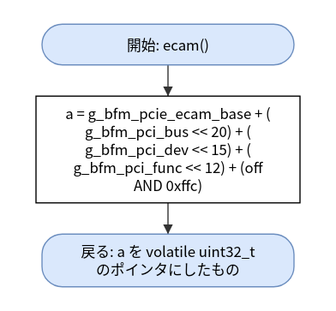
Before: doc/spec/images/flow_port_vxworks_port_vxworks-ecam.drawio.svg, a diagram exported from draw.io (hf355051012-ai/bfmem). Source tidied: cells renumbered, new cells last; positions are measured from the earlier drawing's top-left corner, leaving out a move shared by most shapes. Its diagram source:
```xml
<mxGraphModel>
  <root>
    <mxCell id="0" />
    <mxCell id="1" parent="0" />
    <mxCell id="2" value="開始: ecam()" style="rounded=1;arcSize=50;whiteSpace=wrap;html=1;fillColor=#dae8fc;strokeColor=#6c8ebf;" parent="1" vertex="1">
      <mxGeometry x="5" width="210" height="34" as="geometry" />
    </mxCell>
    <mxCell id="3" value="a = g_bfm_pcie_ecam_base + (&lt;br&gt;g_bfm_pci_bus &amp;lt;&amp;lt; 20) + (&lt;br&gt;g_bfm_pci_dev &amp;lt;&amp;lt; 15) + (&lt;br&gt;g_bfm_pci_func &amp;lt;&amp;lt; 12) + (off&lt;br&gt;AND 0xffc)" style="rounded=0;whiteSpace=wrap;html=1;" parent="1" vertex="1">
      <mxGeometry y="60" width="220" height="89" as="geometry" />
    </mxCell>
    <mxCell id="4" value="戻る: a を volatile uint32_t&lt;br&gt;のポインタにしたもの" style="rounded=1;arcSize=50;whiteSpace=wrap;html=1;fillColor=#dae8fc;strokeColor=#6c8ebf;" parent="1" vertex="1">
      <mxGeometry x="5" y="175" width="210" height="44" as="geometry" />
    </mxCell>
    <mxCell id="5" style="edgeStyle=none;html=1;rounded=0;endArrow=block;endFill=1;exitX=0.5000;exitY=1.0000;exitDx=0;exitDy=0;exitPerimeter=0;entryX=0.5000;entryY=0.0000;entryDx=0;entryDy=0;entryPerimeter=0;" parent="1" edge="1" source="2" target="3">
      <mxGeometry relative="1" as="geometry" />
    </mxCell>
    <mxCell id="6" style="edgeStyle=none;html=1;rounded=0;endArrow=block;endFill=1;exitX=0.5000;exitY=1.0000;exitDx=0;exitDy=0;exitPerimeter=0;entryX=0.5000;entryY=0.0000;entryDx=0;entryDy=0;entryPerimeter=0;" parent="1" edge="1" source="3" target="4">
      <mxGeometry relative="1" as="geometry" />
    </mxCell>
  </root>
</mxGraphModel>
```
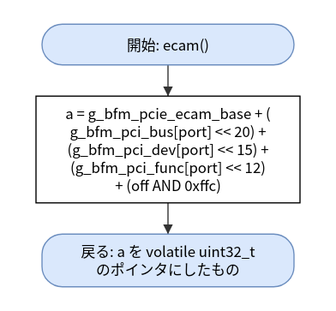
Later version of the same file.

Change to the diagram source:
```diff
@@ -5,7 +5,7 @@
     <mxCell id="2" value="開始: ecam()" style="rounded=1;arcSize=50;whiteSpace=wrap;html=1;fillColor=#dae8fc;strokeColor=#6c8ebf;" parent="1" vertex="1">
       <mxGeometry x="5" width="210" height="34" as="geometry" />
     </mxCell>
-    <mxCell id="3" value="a = g_bfm_pcie_ecam_base + (&lt;br&gt;g_bfm_pci_bus &amp;lt;&amp;lt; 20) + (&lt;br&gt;g_bfm_pci_dev &amp;lt;&amp;lt; 15) + (&lt;br&gt;g_bfm_pci_func &amp;lt;&amp;lt; 12) + (off&lt;br&gt;AND 0xffc)" style="rounded=0;whiteSpace=wrap;html=1;" parent="1" vertex="1">
+    <mxCell id="3" value="a = g_bfm_pcie_ecam_base + (&lt;br&gt;g_bfm_pci_bus[port] &amp;lt;&amp;lt; 20) +&lt;br&gt;(g_bfm_pci_dev[port] &amp;lt;&amp;lt; 15) +&lt;br&gt;(g_bfm_pci_func[port] &amp;lt;&amp;lt; 12)&lt;br&gt;+ (off AND 0xffc)" style="rounded=0;whiteSpace=wrap;html=1;" parent="1" vertex="1">
       <mxGeometry y="60" width="220" height="89" as="geometry" />
     </mxCell>
     <mxCell id="4" value="戻る: a を volatile uint32_t&lt;br&gt;のポインタにしたもの" style="rounded=1;arcSize=50;whiteSpace=wrap;html=1;fillColor=#dae8fc;strokeColor=#6c8ebf;" parent="1" vertex="1">
```
